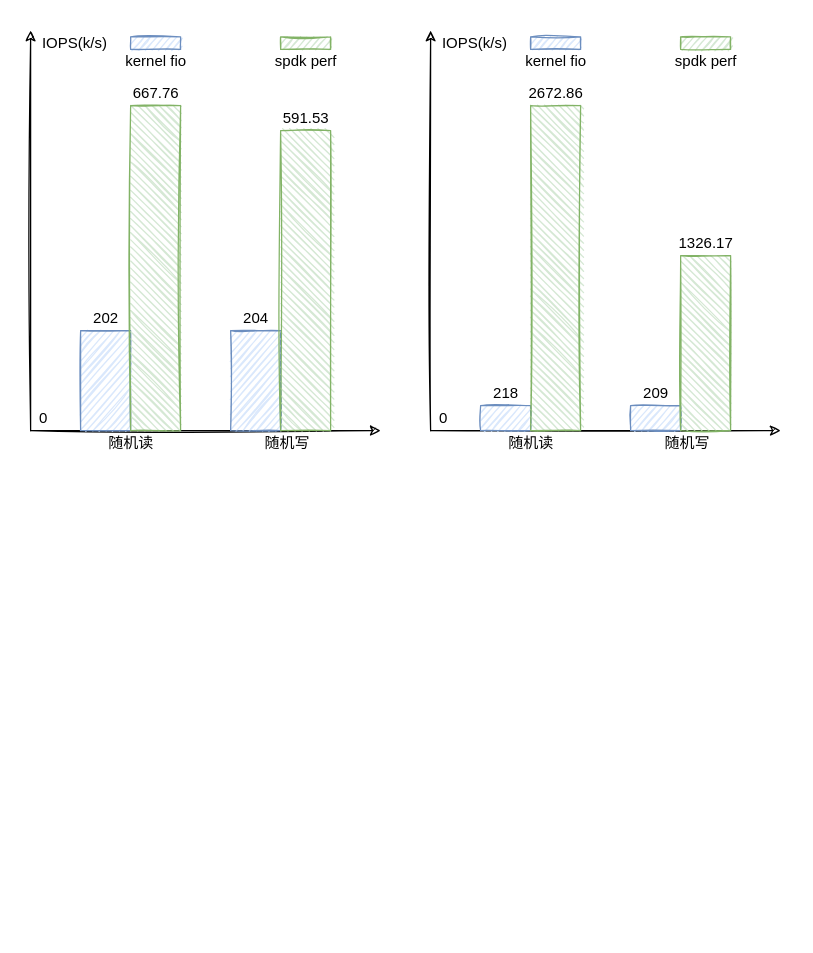
This is page "perf" (7 of 7) of spdk/spdk.drawio from EarthWind/deeparch, a draw.io file, before an edit. Source tidied: cells renumbered, new cells numbered last; positions are measured from the earlier drawing's top-left corner, leaving out a move shared by most shapes. Both pictures are drawn from the tidied source at 125%, with x=0, y=0 at pixel (30, 30).
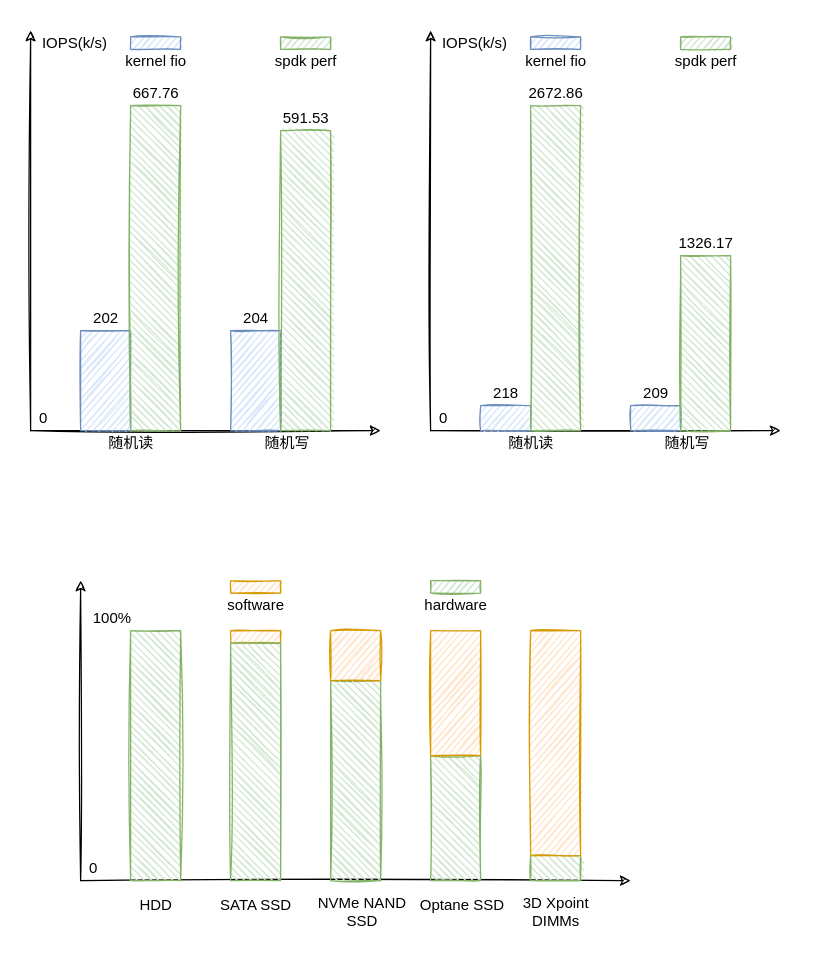
After the change.

What changed in the source:
```diff
@@
+    <mxCell id="38" style="endArrow=classic;html=1;sketch=1;" parent="1" edge="1">
+      <mxGeometry relative="1" as="geometry">
+        <mxPoint x="40" y="680" as="sourcePoint" />
+        <mxPoint x="40" y="440" as="targetPoint" />
+      </mxGeometry>
+    </mxCell>
+    <mxCell id="39" style="endArrow=classic;html=1;sketch=1;" parent="1" edge="1">
+      <mxGeometry relative="1" as="geometry">
+        <mxPoint x="40" y="680" as="sourcePoint" />
+        <mxPoint x="480" y="680" as="targetPoint" />
+      </mxGeometry>
+    </mxCell>
+    <mxCell id="40" style="rounded=0;whiteSpace=wrap;html=1;sketch=1;fillColor=#ffe6cc;strokeColor=#d79b00;fillWeight=1;hachureGap=4;hachureAngle=-41;" parent="1" vertex="1">
+      <mxGeometry x="160" y="480" width="40" height="10" as="geometry" />
+    </mxCell>
+    <mxCell id="41" style="rounded=0;whiteSpace=wrap;html=1;sketch=1;fillColor=#d5e8d4;strokeColor=#82b366;fillWeight=1;hachureGap=4;hachureAngle=45;" parent="1" vertex="1">
+      <mxGeometry x="80" y="480" width="40" height="200" as="geometry" />
+    </mxCell>
+    <mxCell id="42" style="rounded=0;whiteSpace=wrap;html=1;sketch=1;fillColor=#d5e8d4;strokeColor=#82b366;fillWeight=1;hachureGap=4;hachureAngle=45;" parent="1" vertex="1">
+      <mxGeometry x="160" y="490" width="40" height="190" as="geometry" />
+    </mxCell>
+    <mxCell id="43" value="0" style="text;html=1;align=center;verticalAlign=middle;strokeColor=none;sketch=0;" parent="1" vertex="1">
+      <mxGeometry x="40" y="660" width="20" height="20" as="geometry" />
+    </mxCell>
+    <mxCell id="44" value="100%" style="text;html=1;align=center;verticalAlign=middle;strokeColor=none;" parent="1" vertex="1">
+      <mxGeometry x="40" y="460" width="50" height="20" as="geometry" />
+    </mxCell>
+    <mxCell id="45" style="rounded=0;whiteSpace=wrap;html=1;sketch=1;fillColor=#ffe6cc;strokeColor=#d79b00;fillWeight=1;hachureGap=4;hachureAngle=-41;" parent="1" vertex="1">
+      <mxGeometry x="160" y="440" width="40" height="10" as="geometry" />
+    </mxCell>
+    <mxCell id="46" style="rounded=0;whiteSpace=wrap;html=1;sketch=1;fillColor=#d5e8d4;strokeColor=#82b366;fillWeight=1;hachureGap=4;hachureAngle=-41;" parent="1" vertex="1">
+      <mxGeometry x="320" y="440" width="40" height="10" as="geometry" />
+    </mxCell>
+    <mxCell id="47" value="software" style="text;html=1;align=center;verticalAlign=middle;strokeColor=none;" parent="1" vertex="1">
+      <mxGeometry x="150" y="450" width="60" height="20" as="geometry" />
+    </mxCell>
+    <mxCell id="48" value="hardware" style="text;html=1;align=center;verticalAlign=middle;strokeColor=none;" parent="1" vertex="1">
+      <mxGeometry x="305" y="450" width="70" height="20" as="geometry" />
+    </mxCell>
+    <mxCell id="49" style="rounded=0;whiteSpace=wrap;html=1;sketch=1;fillColor=#d5e8d4;strokeColor=#82b366;fillWeight=1;hachureGap=4;hachureAngle=45;" parent="1" vertex="1">
+      <mxGeometry x="240" y="520" width="40" height="160" as="geometry" />
+    </mxCell>
+    <mxCell id="50" style="rounded=0;whiteSpace=wrap;html=1;sketch=1;fillColor=#ffe6cc;strokeColor=#d79b00;fillWeight=1;hachureGap=4;hachureAngle=-41;" parent="1" vertex="1">
+      <mxGeometry x="240" y="480" width="40" height="40" as="geometry" />
+    </mxCell>
+    <mxCell id="51" style="rounded=0;whiteSpace=wrap;html=1;sketch=1;fillColor=#d5e8d4;strokeColor=#82b366;fillWeight=1;hachureGap=4;hachureAngle=45;" parent="1" vertex="1">
+      <mxGeometry x="320" y="580" width="40" height="100" as="geometry" />
+    </mxCell>
+    <mxCell id="52" style="rounded=0;whiteSpace=wrap;html=1;sketch=1;fillColor=#ffe6cc;strokeColor=#d79b00;fillWeight=1;hachureGap=4;hachureAngle=-41;" parent="1" vertex="1">
+      <mxGeometry x="320" y="480" width="40" height="100" as="geometry" />
+    </mxCell>
+    <mxCell id="53" style="rounded=0;whiteSpace=wrap;html=1;sketch=1;fillColor=#d5e8d4;strokeColor=#82b366;fillWeight=1;hachureGap=4;hachureAngle=45;" parent="1" vertex="1">
+      <mxGeometry x="400" y="660" width="40" height="20" as="geometry" />
+    </mxCell>
+    <mxCell id="54" style="rounded=0;whiteSpace=wrap;html=1;sketch=1;fillColor=#ffe6cc;strokeColor=#d79b00;fillWeight=1;hachureGap=4;hachureAngle=-41;" parent="1" vertex="1">
+      <mxGeometry x="400" y="480" width="40" height="180" as="geometry" />
+    </mxCell>
+    <mxCell id="55" value="HDD" style="text;html=1;align=center;verticalAlign=middle;strokeColor=none;" parent="1" vertex="1">
+      <mxGeometry x="80" y="690" width="40" height="20" as="geometry" />
+    </mxCell>
+    <mxCell id="56" value="SATA SSD" style="text;html=1;align=center;verticalAlign=middle;strokeColor=none;" parent="1" vertex="1">
+      <mxGeometry x="145" y="690" width="70" height="20" as="geometry" />
+    </mxCell>
+    <mxCell id="57" value="NVMe NAND&lt;br&gt;SSD" style="text;html=1;align=center;verticalAlign=middle;strokeColor=none;" parent="1" vertex="1">
+      <mxGeometry x="220" y="690" width="90" height="30" as="geometry" />
+    </mxCell>
+    <mxCell id="58" value="Optane SSD" style="text;html=1;align=center;verticalAlign=middle;strokeColor=none;" parent="1" vertex="1">
+      <mxGeometry x="305" y="690" width="80" height="20" as="geometry" />
+    </mxCell>
+    <mxCell id="59" value="3D Xpoint&lt;br&gt;DIMMs" style="text;html=1;align=center;verticalAlign=middle;strokeColor=none;" parent="1" vertex="1">
+      <mxGeometry x="385" y="690" width="70" height="30" as="geometry" />
+    </mxCell>
```
